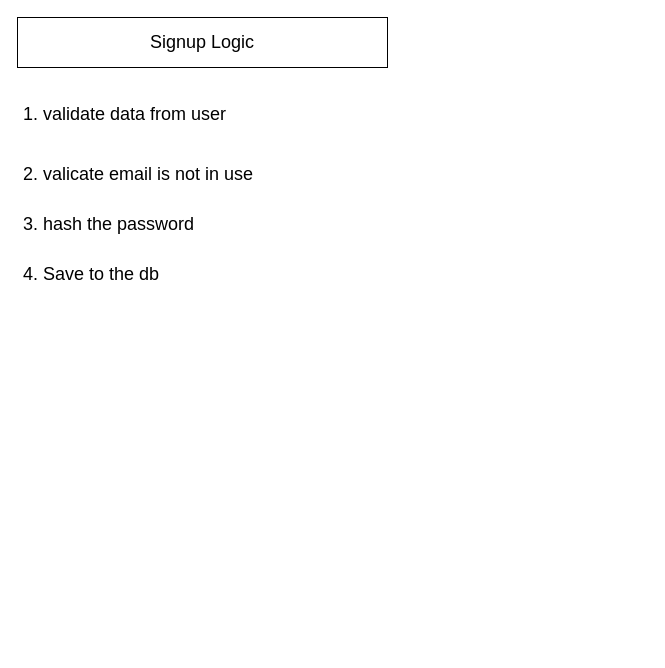
goldmine/base keeps this draw.io diagram as page "Auth logic" (3 of 4) of nestjs.drawio. Above is the earlier version. Source tidied: cells renumbered, new cells numbered last; positions are measured from the earlier drawing's top-left corner, leaving out a move shared by most shapes. Both pictures are drawn from the tidied source at 100%, with x=0, y=0 at pixel (17, 17).
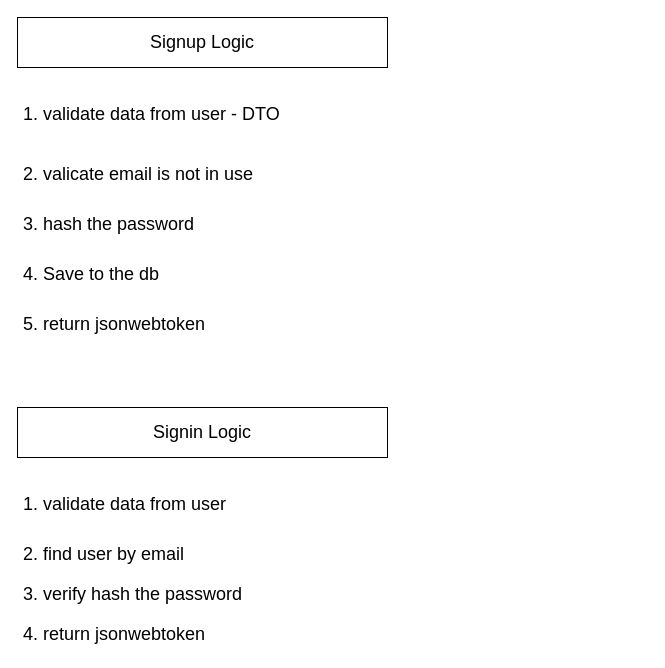
Above is the later version.

What changed in the source:
```diff
@@
 <mxGraphModel>
   <root>
     <mxCell id="0" />
     <mxCell id="1" parent="0" />
     <mxCell id="2" value="&lt;font style=&quot;font-size: 18px;&quot;&gt;3. hash the password&lt;br&gt;&lt;br&gt;&lt;/font&gt;" style="text;strokeColor=none;fillColor=none;spacingLeft=4;spacingRight=4;overflow=hidden;fontSize=12;whiteSpace=wrap;html=1;" parent="1" vertex="1">
       <mxGeometry y="190" width="630" height="30" as="geometry" />
     </mxCell>
-    <mxCell id="3" value="&lt;span style=&quot;font-size: 18px;&quot;&gt;1. validate data from user&lt;/span&gt;" style="text;strokeColor=none;fillColor=none;spacingLeft=4;spacingRight=4;overflow=hidden;fontSize=12;whiteSpace=wrap;html=1;" parent="1" vertex="1">
+    <mxCell id="3" value="&lt;span style=&quot;font-size: 18px;&quot;&gt;1. validate data from user - DTO&lt;/span&gt;" style="text;strokeColor=none;fillColor=none;spacingLeft=4;spacingRight=4;overflow=hidden;fontSize=12;whiteSpace=wrap;html=1;" parent="1" vertex="1">
       <mxGeometry y="80" width="630" height="30" as="geometry" />
     </mxCell>
     <mxCell id="4" value="&lt;font style=&quot;font-size: 18px;&quot;&gt;2. valicate email is not in use&lt;/font&gt;" style="text;strokeColor=none;fillColor=none;spacingLeft=4;spacingRight=4;overflow=hidden;fontSize=12;whiteSpace=wrap;html=1;" parent="1" vertex="1">
       <mxGeometry y="140" width="630" height="30" as="geometry" />
     </mxCell>
     <mxCell id="5" value="&lt;font style=&quot;font-size: 18px;&quot;&gt;4. Save to the db&lt;br&gt;&lt;/font&gt;" style="text;strokeColor=none;fillColor=none;spacingLeft=4;spacingRight=4;overflow=hidden;fontSize=12;whiteSpace=wrap;html=1;" parent="1" vertex="1">
       <mxGeometry y="240" width="630" height="30" as="geometry" />
     </mxCell>
     <mxCell id="6" value="&lt;font style=&quot;font-size: 18px;&quot;&gt;Signup Logic&lt;/font&gt;" style="rounded=0;whiteSpace=wrap;html=1;" parent="1" vertex="1">
       <mxGeometry width="370" height="50" as="geometry" />
     </mxCell>
+    <mxCell id="7" value="&lt;font style=&quot;font-size: 18px;&quot;&gt;5. return jsonwebtoken&lt;br&gt;&lt;/font&gt;" style="text;strokeColor=none;fillColor=none;spacingLeft=4;spacingRight=4;overflow=hidden;fontSize=12;whiteSpace=wrap;html=1;" parent="1" vertex="1">
+      <mxGeometry y="290" width="630" height="30" as="geometry" />
+    </mxCell>
+    <mxCell id="8" value="&lt;font style=&quot;font-size: 18px;&quot;&gt;Signin Logic&lt;/font&gt;" style="rounded=0;whiteSpace=wrap;html=1;" parent="1" vertex="1">
+      <mxGeometry y="390" width="370" height="50" as="geometry" />
+    </mxCell>
+    <mxCell id="9" value="&lt;span style=&quot;font-size: 18px;&quot;&gt;1. validate data from user&lt;/span&gt;" style="text;strokeColor=none;fillColor=none;spacingLeft=4;spacingRight=4;overflow=hidden;fontSize=12;whiteSpace=wrap;html=1;" parent="1" vertex="1">
+      <mxGeometry y="470" width="630" height="30" as="geometry" />
+    </mxCell>
+    <mxCell id="10" value="&lt;font style=&quot;font-size: 18px;&quot;&gt;2. find user by email&lt;/font&gt;" style="text;strokeColor=none;fillColor=none;spacingLeft=4;spacingRight=4;overflow=hidden;fontSize=12;whiteSpace=wrap;html=1;" parent="1" vertex="1">
+      <mxGeometry y="520" width="630" height="30" as="geometry" />
+    </mxCell>
+    <mxCell id="11" value="&lt;font style=&quot;font-size: 18px;&quot;&gt;3. verify hash the password&lt;br&gt;&lt;br&gt;&lt;/font&gt;" style="text;strokeColor=none;fillColor=none;spacingLeft=4;spacingRight=4;overflow=hidden;fontSize=12;whiteSpace=wrap;html=1;" parent="1" vertex="1">
+      <mxGeometry y="560" width="630" height="30" as="geometry" />
+    </mxCell>
+    <mxCell id="12" value="&lt;font style=&quot;font-size: 18px;&quot;&gt;4. return jsonwebtoken&lt;br&gt;&lt;/font&gt;" style="text;strokeColor=none;fillColor=none;spacingLeft=4;spacingRight=4;overflow=hidden;fontSize=12;whiteSpace=wrap;html=1;" parent="1" vertex="1">
+      <mxGeometry y="600" width="630" height="30" as="geometry" />
+    </mxCell>
   </root>
 </mxGraphModel>
```
